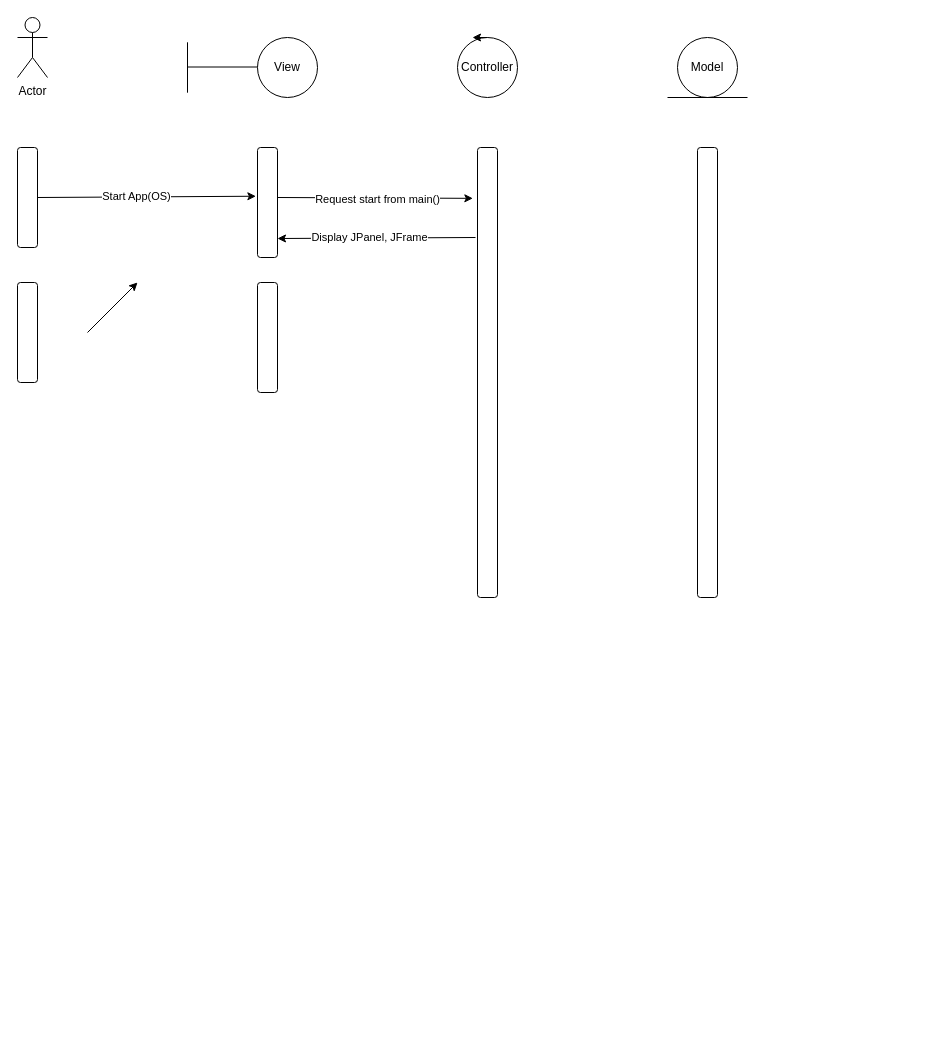
Juutar/COMP20050SEP2-1 keeps this draw.io diagram as UML-activity-diagram.drawio. Above is the earlier version. Source tidied: cells renumbered, new cells numbered last; positions are measured from the earlier drawing's top-left corner, leaving out a move shared by most shapes. Both pictures are drawn from the tidied source at 100%, with x=0, y=0 at pixel (17, 17).
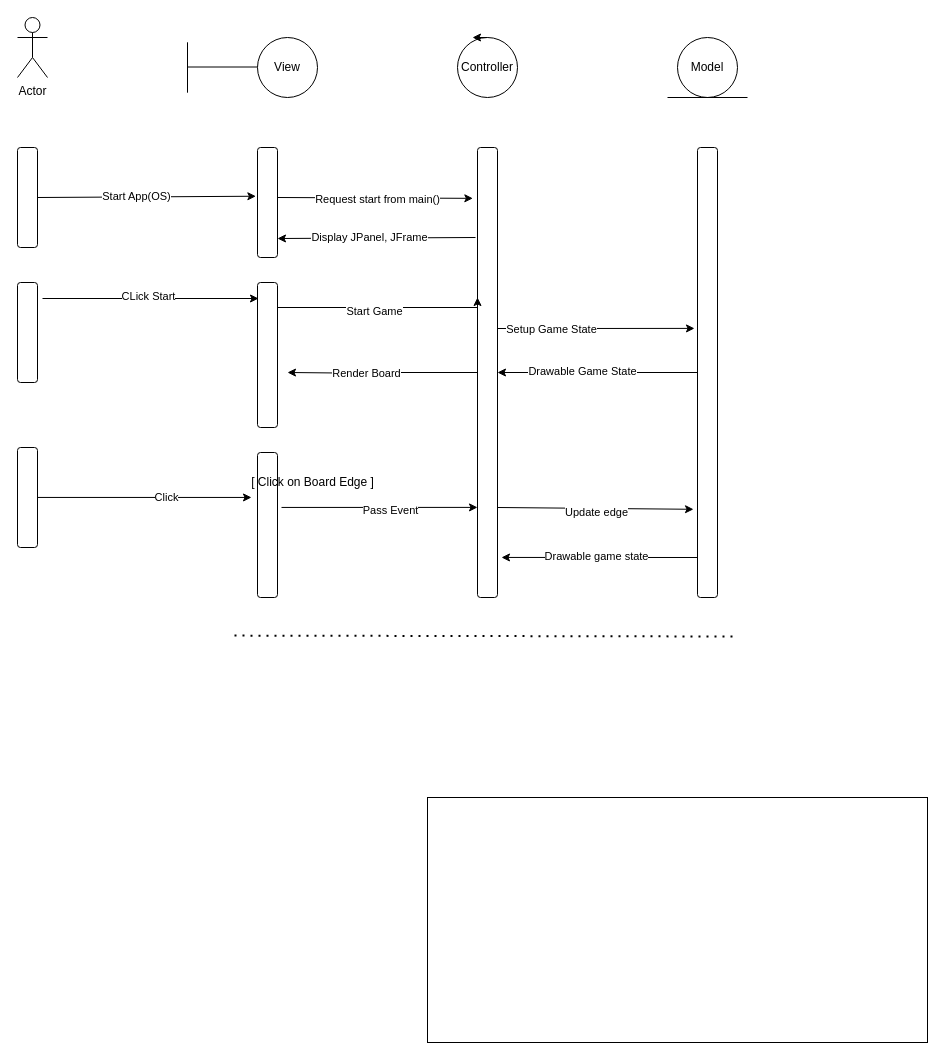
Above is the later version.

Unchanged cells that the change refers to:
```xml
<mxCell id="12" style="rounded=1;whiteSpace=wrap;html=1;" parent="1" vertex="1">
  <mxGeometry x="460" y="130" width="20" height="450" as="geometry" />
</mxCell>
<mxCell id="13" style="rounded=1;whiteSpace=wrap;html=1;" parent="1" vertex="1">
  <mxGeometry x="680" y="130" width="20" height="450" as="geometry" />
</mxCell>
```

Diff of the diagram source:
```diff
@@
+    <mxCell id="23" style="edgeStyle=orthogonalEdgeStyle;rounded=0;jettySize=auto;html=1;entryX=-0.15;entryY=0.402;entryDx=0;entryDy=0;entryPerimeter=0;" parent="1" edge="1" source="12" target="13">
+      <mxGeometry relative="1" as="geometry">
+        <Array as="points">
+          <mxPoint x="530" y="311" />
+          <mxPoint x="530" y="311" />
+        </Array>
+      </mxGeometry>
+    </mxCell>
+    <mxCell id="24" value="Setup Game State" style="edgeLabel;html=1;align=center;verticalAlign=middle;" parent="23" vertex="1">
+      <mxGeometry x="-0.46" y="-1" relative="1" as="geometry" />
+    </mxCell>
+    <mxCell id="25" style="edgeStyle=orthogonalEdgeStyle;rounded=0;jettySize=auto;html=1;" parent="1" edge="1" source="12">
+      <mxGeometry relative="1" as="geometry">
+        <mxPoint x="270" y="355" as="targetPoint" />
+        <Array as="points">
+          <mxPoint x="370" y="355" />
+          <mxPoint x="370" y="356" />
+        </Array>
+      </mxGeometry>
+    </mxCell>
+    <mxCell id="26" value="Render Board" style="edgeLabel;html=1;align=center;verticalAlign=middle;" parent="25" vertex="1">
+      <mxGeometry x="0.18" relative="1" as="geometry" />
+    </mxCell>
@@
+    <mxCell id="27" style="edgeStyle=orthogonalEdgeStyle;rounded=0;jettySize=auto;html=1;entryX=1;entryY=0.5;entryDx=0;entryDy=0;" parent="1" edge="1" source="13" target="12">
+      <mxGeometry relative="1" as="geometry" />
+    </mxCell>
+    <mxCell id="28" value="Drawable Game State" style="edgeLabel;html=1;align=center;verticalAlign=middle;" parent="27" vertex="1">
+      <mxGeometry x="0.16" y="-2" relative="1" as="geometry" />
+    </mxCell>
@@
     <mxCell id="21" style="rounded=1;whiteSpace=wrap;html=1;" parent="1" vertex="1">
-      <mxGeometry x="240" y="265" width="20" height="110" as="geometry" />
+      <mxGeometry x="240" y="265" width="20" height="145" as="geometry" />
     </mxCell>
-    <mxCell id="22" style="endArrow=classic;html=1;rounded=0;" parent="1" edge="1">
+    <mxCell id="22" style="endArrow=classic;html=1;rounded=0;exitX=1.1;exitY=0.16;exitDx=0;exitDy=0;exitPerimeter=0;entryX=-0.1;entryY=0.145;entryDx=0;entryDy=0;entryPerimeter=0;" parent="1" edge="1">
       <mxGeometry relative="1" as="geometry">
-        <mxPoint x="70" y="315" as="sourcePoint" />
-        <mxPoint x="120" y="265" as="targetPoint" />
+        <mxPoint x="25" y="281" as="sourcePoint" />
+        <mxPoint x="241" y="281" as="targetPoint" />
       </mxGeometry>
     </mxCell>
+    <mxCell id="29" value="CLick Start" style="edgeLabel;html=1;align=center;verticalAlign=middle;" parent="22" vertex="1">
+      <mxGeometry x="-0.03" y="3" relative="1" as="geometry" />
+    </mxCell>
+    <mxCell id="30" style="endArrow=none;dashed=1;html=1;dashPattern=1 3;strokeWidth=2;rounded=0;exitX=-0.006;exitY=0.686;exitDx=0;exitDy=0;exitPerimeter=0;entryX=0.998;entryY=0.69;entryDx=0;entryDy=0;entryPerimeter=0;" parent="1" edge="1">
+      <mxGeometry relative="1" as="geometry">
+        <mxPoint x="217" y="618.1" as="sourcePoint" />
+        <mxPoint x="719" y="619" as="targetPoint" />
+      </mxGeometry>
+    </mxCell>
+    <mxCell id="31" style="edgeStyle=orthogonalEdgeStyle;rounded=0;jettySize=auto;html=1;" parent="1" edge="1" source="21">
+      <mxGeometry relative="1" as="geometry">
+        <mxPoint x="460" y="280" as="targetPoint" />
+        <Array as="points">
+          <mxPoint x="460" y="290" />
+        </Array>
+      </mxGeometry>
+    </mxCell>
+    <mxCell id="32" value="Start Game" style="edgeLabel;html=1;align=center;verticalAlign=middle;" parent="31" vertex="1">
+      <mxGeometry x="-0.09" y="-3" relative="1" as="geometry" />
+    </mxCell>
+    <mxCell id="33" style="rounded=1;whiteSpace=wrap;html=1;" parent="1" vertex="1">
+      <mxGeometry y="430" width="20" height="100" as="geometry" />
+    </mxCell>
+    <mxCell id="34" style="rounded=1;whiteSpace=wrap;html=1;" parent="1" vertex="1">
+      <mxGeometry x="240" y="435" width="20" height="145" as="geometry" />
+    </mxCell>
+    <mxCell id="35" style="edgeStyle=orthogonalEdgeStyle;rounded=0;jettySize=auto;html=1;entryX=-0.3;entryY=0.31;entryDx=0;entryDy=0;entryPerimeter=0;" parent="1" edge="1" source="33" target="34">
+      <mxGeometry relative="1" as="geometry" />
+    </mxCell>
+    <mxCell id="36" value="Click" style="edgeLabel;html=1;align=center;verticalAlign=middle;" parent="35" vertex="1">
+      <mxGeometry x="0.2" relative="1" as="geometry" />
+    </mxCell>
+    <mxCell id="37" style="endArrow=classic;html=1;rounded=0;exitX=1.2;exitY=0.379;exitDx=0;exitDy=0;exitPerimeter=0;entryX=0.48;entryY=0.163;entryDx=0;entryDy=0;entryPerimeter=0;" parent="1" edge="1" source="34">
+      <mxGeometry relative="1" as="geometry">
+        <mxPoint x="460" y="489.9" as="targetPoint" />
+      </mxGeometry>
+    </mxCell>
+    <mxCell id="38" value="Pass Event" style="edgeLabel;html=1;align=center;verticalAlign=middle;" parent="37" vertex="1">
+      <mxGeometry x="0.1" y="-3" relative="1" as="geometry" />
+    </mxCell>
+    <mxCell id="39" value="[ Click on Board Edge ]" style="text;html=1;align=center;verticalAlign=middle;strokeColor=none;fillColor=none;" parent="1" vertex="1">
+      <mxGeometry x="220" y="450" width="150" height="30" as="geometry" />
+    </mxCell>
+    <mxCell id="40" style="endArrow=classic;html=1;rounded=0;entryX=-0.2;entryY=0.804;entryDx=0;entryDy=0;entryPerimeter=0;" parent="1" edge="1" target="13">
+      <mxGeometry relative="1" as="geometry">
+        <mxPoint x="480" y="490" as="sourcePoint" />
+      </mxGeometry>
+    </mxCell>
+    <mxCell id="41" value="Update edge" style="edgeLabel;html=1;align=center;verticalAlign=middle;" parent="40" vertex="1">
+      <mxGeometry x="0.01" y="-4" relative="1" as="geometry" />
+    </mxCell>
+    <mxCell id="42" style="rounded=0;whiteSpace=wrap;html=1;fillColor=none;" parent="1" vertex="1">
+      <mxGeometry x="410" y="780" width="500" height="245" as="geometry" />
+    </mxCell>
+    <mxCell id="43" style="endArrow=classic;html=1;rounded=0;entryX=1.2;entryY=0.911;entryDx=0;entryDy=0;entryPerimeter=0;" parent="1" edge="1" target="12">
+      <mxGeometry relative="1" as="geometry">
+        <mxPoint x="680" y="540" as="sourcePoint" />
+      </mxGeometry>
+    </mxCell>
+    <mxCell id="44" value="Drawable game state" style="edgeLabel;html=1;align=center;verticalAlign=middle;" parent="43" vertex="1">
+      <mxGeometry x="0.04" y="-1" relative="1" as="geometry" />
+    </mxCell>
```
